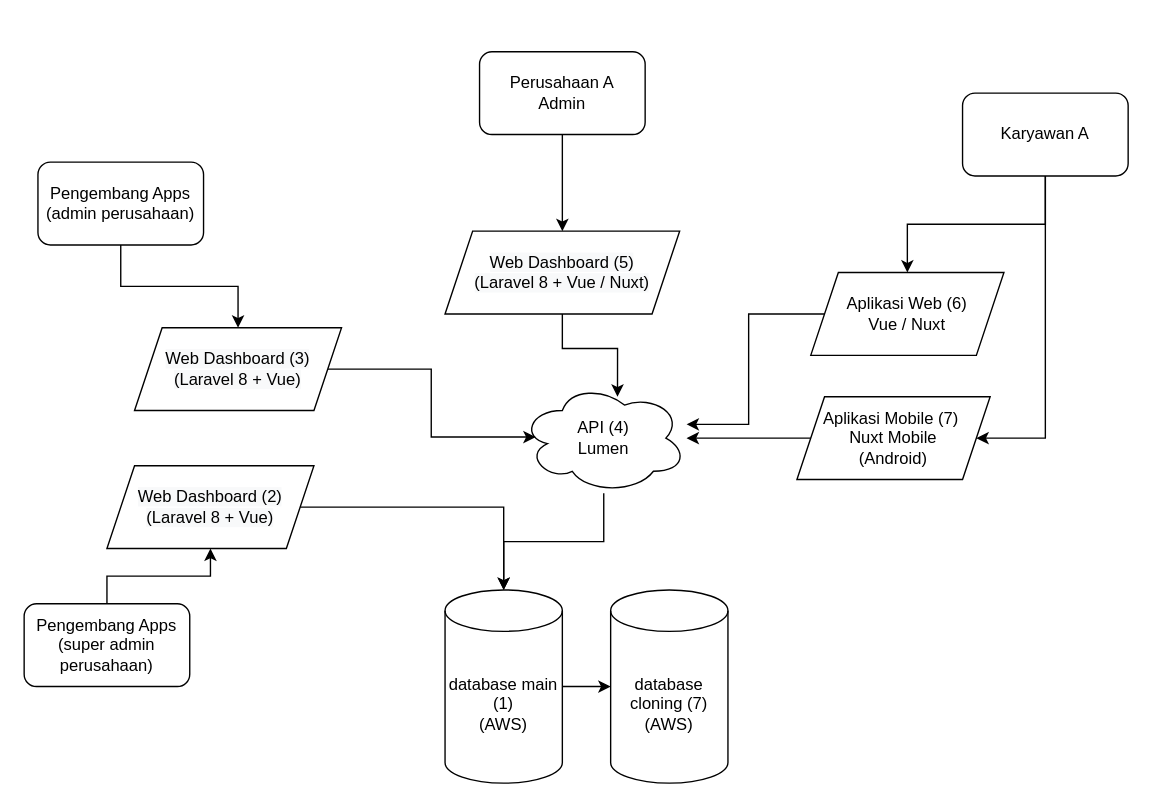
Earlier version of the draw.io diagram page "Page-2" (2 of 3) of Transaksi Aplikasi Diagram.drawio (taufik22/LARAVEL-AIRPUTIH). Source tidied: cells renumbered, new cells numbered last; positions are measured from the earlier drawing's top-left corner, leaving out a move shared by most shapes. Both pictures are drawn from the tidied source at 138%, with x=0, y=0 at pixel (23, 51).
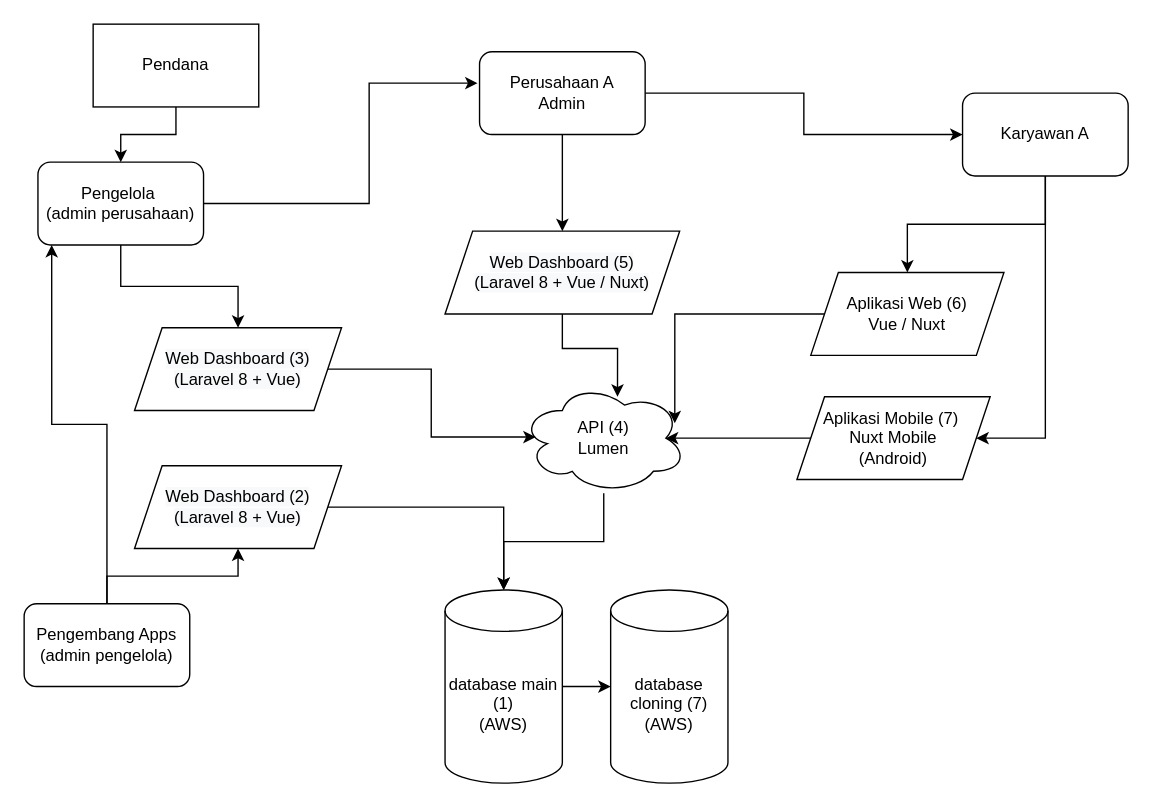
Above is the later version.

The change refers to these unchanged cells:
```xml
<mxCell id="6" value="Karyawan A" style="rounded=1;whiteSpace=wrap;html=1;" parent="1" vertex="1">
  <mxGeometry x="680" y="30" width="120" height="60" as="geometry" />
</mxCell>
<mxCell id="10" value="API (4)&lt;br&gt;Lumen" style="ellipse;shape=cloud;whiteSpace=wrap;html=1;" parent="1" vertex="1">
  <mxGeometry x="360" y="240" width="120" height="80" as="geometry" />
</mxCell>
<mxCell id="15" value="Aplikasi Mobile (7)&amp;nbsp;&lt;br&gt;Nuxt Mobile &lt;br&gt;(Android)" style="shape=parallelogram;perimeter=parallelogramPerimeter;whiteSpace=wrap;html=1;fixedSize=1;" parent="1" vertex="1">
  <mxGeometry x="560" y="250" width="140" height="60" as="geometry" />
</mxCell>
<mxCell id="17" value="Perusahaan A&lt;br&gt;Admin" style="rounded=1;whiteSpace=wrap;html=1;" parent="1" vertex="1">
  <mxGeometry x="330" width="120" height="60" as="geometry" />
</mxCell>
<mxCell id="21" value="Aplikasi Web (6)&lt;br&gt;Vue / Nuxt" style="shape=parallelogram;perimeter=parallelogramPerimeter;whiteSpace=wrap;html=1;fixedSize=1;" parent="1" vertex="1">
  <mxGeometry x="570" y="160" width="140" height="60" as="geometry" />
</mxCell>
```

The edit, as a diff of the source:
```diff
@@
+    <mxCell id="26" style="edgeStyle=orthogonalEdgeStyle;rounded=0;jettySize=auto;html=1;entryX=-0.012;entryY=0.379;entryDx=0;entryDy=0;entryPerimeter=0;" parent="1" edge="1" source="3" target="17">
+      <mxGeometry relative="1" as="geometry">
+        <Array as="points">
+          <mxPoint x="250" y="110" />
+          <mxPoint x="250" y="23" />
+        </Array>
+      </mxGeometry>
+    </mxCell>
-    <mxCell id="3" value="Pengembang Apps&lt;br&gt;(admin perusahaan)" style="rounded=1;whiteSpace=wrap;html=1;" parent="1" vertex="1">
+    <mxCell id="3" value="Pengelola&amp;nbsp;&lt;br&gt;(admin perusahaan)" style="rounded=1;whiteSpace=wrap;html=1;" parent="1" vertex="1">
       <mxGeometry x="10" y="80" width="120" height="60" as="geometry" />
     </mxCell>
@@
-    <mxCell id="14" style="edgeStyle=orthogonalEdgeStyle;rounded=0;jettySize=auto;html=1;" parent="1" edge="1" source="15" target="10">
+    <mxCell id="14" style="edgeStyle=orthogonalEdgeStyle;rounded=0;jettySize=auto;html=1;entryX=0.875;entryY=0.5;entryDx=0;entryDy=0;entryPerimeter=0;" parent="1" edge="1" source="15" target="10">
       <mxGeometry relative="1" as="geometry" />
     </mxCell>
@@
+    <mxCell id="27" style="edgeStyle=orthogonalEdgeStyle;rounded=0;jettySize=auto;html=1;entryX=0;entryY=0.5;entryDx=0;entryDy=0;" parent="1" edge="1" source="17" target="6">
+      <mxGeometry relative="1" as="geometry" />
+    </mxCell>
@@
-    <mxCell id="20" style="edgeStyle=orthogonalEdgeStyle;rounded=0;jettySize=auto;html=1;entryX=1;entryY=0.375;entryDx=0;entryDy=0;entryPerimeter=0;" parent="1" edge="1" source="21" target="10">
+    <mxCell id="20" style="edgeStyle=orthogonalEdgeStyle;rounded=0;jettySize=auto;html=1;entryX=0.929;entryY=0.364;entryDx=0;entryDy=0;entryPerimeter=0;" parent="1" edge="1" source="21" target="10">
       <mxGeometry relative="1" as="geometry" />
     </mxCell>
@@
+    <mxCell id="28" style="edgeStyle=orthogonalEdgeStyle;rounded=0;jettySize=auto;html=1;entryX=0.083;entryY=1;entryDx=0;entryDy=0;entryPerimeter=0;" parent="1" edge="1" source="23" target="3">
+      <mxGeometry relative="1" as="geometry" />
+    </mxCell>
-    <mxCell id="23" value="Pengembang Apps&lt;br&gt;(super admin perusahaan)" style="rounded=1;whiteSpace=wrap;html=1;" parent="1" vertex="1">
+    <mxCell id="23" value="Pengembang Apps&lt;br&gt;(admin pengelola)" style="rounded=1;whiteSpace=wrap;html=1;" parent="1" vertex="1">
       <mxGeometry y="400" width="120" height="60" as="geometry" />
     </mxCell>
@@
     <mxCell id="25" value="&lt;span style=&quot;color: rgb(0 , 0 , 0) ; font-family: &amp;#34;helvetica&amp;#34; ; font-size: 12px ; font-style: normal ; font-weight: 400 ; letter-spacing: normal ; text-align: center ; text-indent: 0px ; text-transform: none ; word-spacing: 0px ; background-color: rgb(248 , 249 , 250) ; display: inline ; float: none&quot;&gt;Web Dashboard (2)&lt;br&gt;(Laravel 8 + Vue)&lt;br&gt;&lt;/span&gt;" style="shape=parallelogram;perimeter=parallelogramPerimeter;whiteSpace=wrap;html=1;fixedSize=1;" parent="1" vertex="1">
-      <mxGeometry x="60" y="300" width="150" height="60" as="geometry" />
+      <mxGeometry x="80" y="300" width="150" height="60" as="geometry" />
     </mxCell>
+    <mxCell id="29" style="edgeStyle=orthogonalEdgeStyle;rounded=0;jettySize=auto;html=1;entryX=0.5;entryY=0;entryDx=0;entryDy=0;" parent="1" edge="1" source="30" target="3">
+      <mxGeometry relative="1" as="geometry" />
+    </mxCell>
+    <mxCell id="30" value="Pendana" style="rounded=0;whiteSpace=wrap;html=1;" parent="1" vertex="1">
+      <mxGeometry x="50" y="-20" width="120" height="60" as="geometry" />
+    </mxCell>
```
